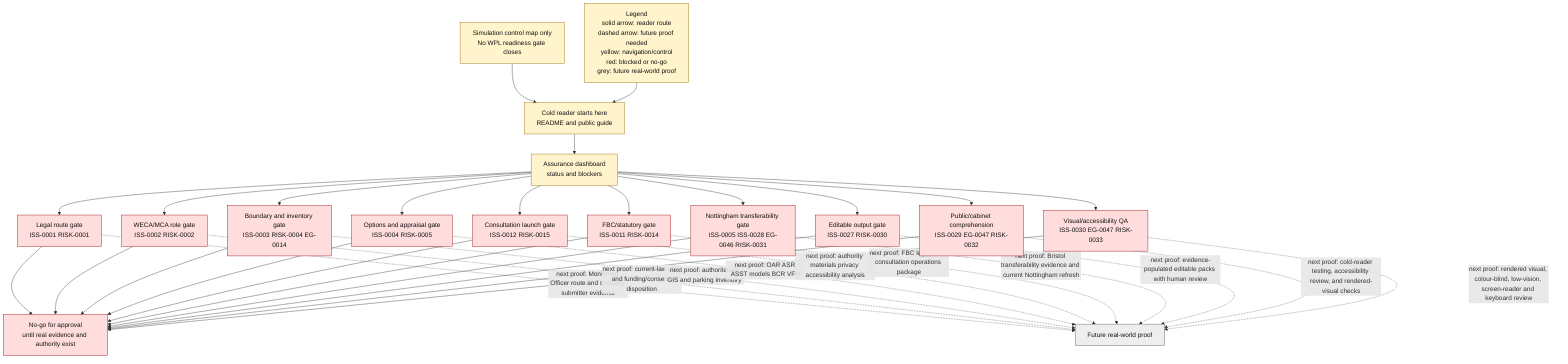
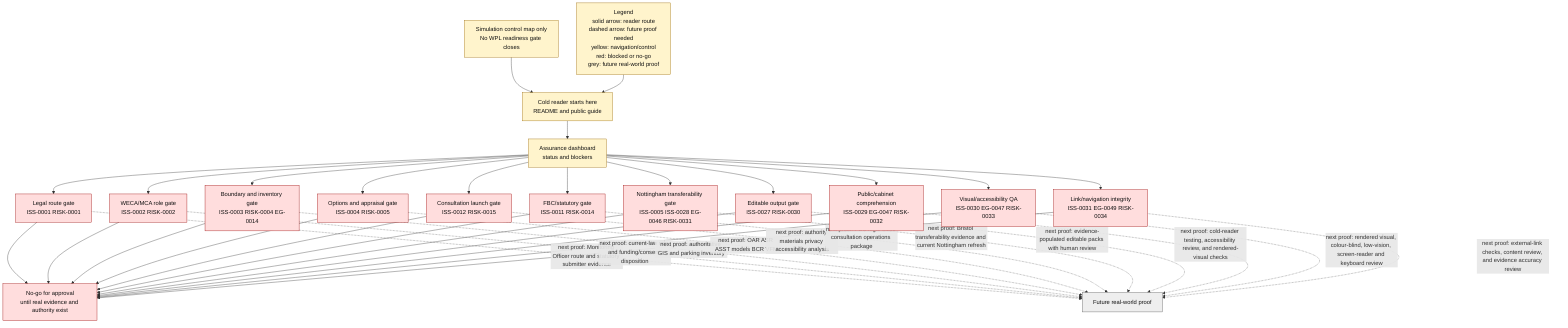
flowchart TD
    Caption["Simulation control map only<br/>No WPL readiness gate closes"]
    Legend["Legend<br/>solid arrow: reader route<br/>dashed arrow: future proof needed<br/>yellow: navigation/control<br/>red: blocked or no-go<br/>grey: future real-world proof"]
    Caption --> Start
    Legend --> Start
    Start["Cold reader starts here<br/>README and public guide"] --> Dash["Assurance dashboard<br/>status and blockers"]
    Dash --> Legal["Legal route gate<br/>ISS-0001 RISK-0001"]
    Dash --> WECA["WECA/MCA role gate<br/>ISS-0002 RISK-0002"]
    Dash --> Spatial["Boundary and inventory gate<br/>ISS-0003 RISK-0004 EG-0014"]
    Dash --> Appraisal["Options and appraisal gate<br/>ISS-0004 RISK-0005"]
    Dash --> Consult["Consultation launch gate<br/>ISS-0012 RISK-0015"]
    Dash --> FBC["FBC/statutory gate<br/>ISS-0011 RISK-0014"]
    Dash --> Nottingham["Nottingham transferability gate<br/>ISS-0005 ISS-0028 EG-0046 RISK-0031"]
    Dash --> Authoring["Editable output gate<br/>ISS-0027 RISK-0030"]
    Dash --> Comprehension["Public/cabinet comprehension<br/>ISS-0029 EG-0047 RISK-0032"]
    Dash --> VisualQA["Visual/accessibility QA<br/>ISS-0030 EG-0047 RISK-0033"]
+     Dash --> NavigationQA["Link/navigation integrity<br/>ISS-0031 EG-0049 RISK-0034"]

    Legal --> NoGo["No-go for approval<br/>until real evidence and authority exist"]
    WECA --> NoGo
    Spatial --> NoGo
    Appraisal --> NoGo
    Consult --> NoGo
    FBC --> NoGo
    Nottingham --> NoGo
    Authoring --> NoGo
    Comprehension --> NoGo
    VisualQA --> NoGo
+     NavigationQA --> NoGo

    Legal -. "next proof: Monitoring Officer route and statutory submitter evidence" .-> Proof["Future real-world proof"]
    WECA -. "next proof: current-law role and funding/consent disposition" .-> Proof
    Spatial -. "next proof: authoritative GIS and parking inventory" .-> Proof
    Appraisal -. "next proof: OAR ASR ASST models BCR VFM" .-> Proof
    Consult -. "next proof: authority materials privacy accessibility analysis" .-> Proof
    FBC -. "next proof: FBC legal S151 consultation operations package" .-> Proof
    Nottingham -. "next proof: Bristol transferability evidence and current Nottingham refresh" .-> Proof
    Authoring -. "next proof: evidence-populated editable packs with human review" .-> Proof
    Comprehension -. "next proof: cold-reader testing, accessibility review, and rendered-visual checks" .-> Proof
    VisualQA -. "next proof: rendered visual, colour-blind, low-vision, screen-reader and keyboard review" .-> Proof
+     NavigationQA -. "next proof: external-link checks, content review, and evidence accuracy review" .-> Proof

    classDef start fill:#ddf4ff,stroke:#005f99,color:#111111;
    classDef blocked fill:#ffdddd,stroke:#990000,color:#111111;
    classDef guide fill:#fff4cc,stroke:#996600,color:#111111;
    classDef future fill:#eeeeee,stroke:#555555,color:#111111;

    class Start,Dash,Caption,Legend guide;
-     class Legal,WECA,Spatial,Appraisal,Consult,FBC,Nottingham,Authoring,Comprehension,VisualQA,NoGo blocked;
+     class Legal,WECA,Spatial,Appraisal,Consult,FBC,Nottingham,Authoring,Comprehension,VisualQA,NavigationQA,NoGo blocked;
    class Proof future;
